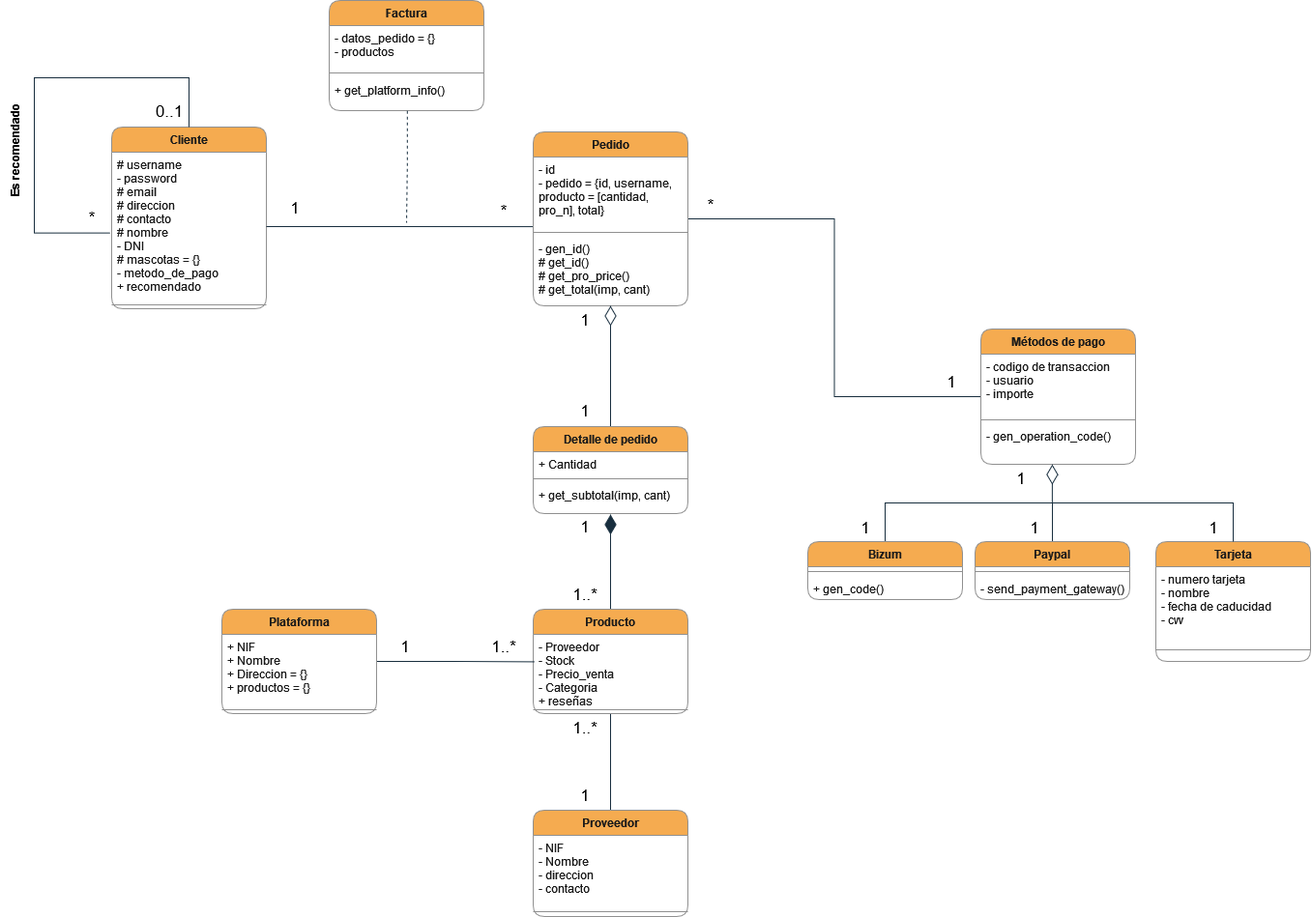
This is diagrama/diagrama.png from xio28/project_ecommerce, a draw.io export, as it was before one commit. Source tidied: cells renumbered, new cells last; positions are measured from the earlier drawing's top-left corner, leaving out a move shared by most shapes.
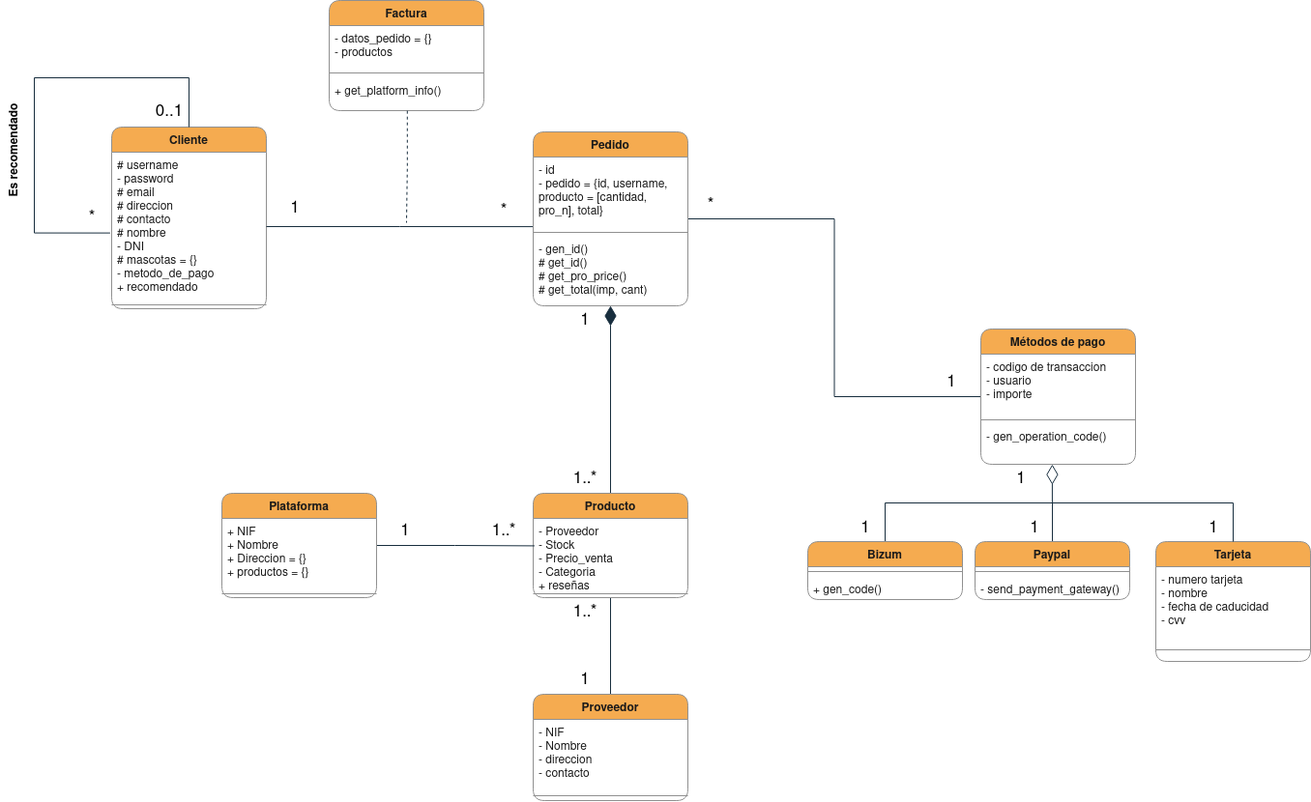
Later version of the same file.

What changed in the source:
```diff
@@ -6,7 +6,7 @@
       <mxGeometry relative="1" as="geometry" />
     </mxCell>
     <mxCell id="3" value="Proveedor" style="swimlane;fontStyle=1;align=center;verticalAlign=top;horizontal=1;startSize=26;rounded=1;fillColor=#F5AB50;strokeColor=#909090;fontColor=#1A1A1A;" parent="1" vertex="1">
-      <mxGeometry x="596" y="838" width="160" height="110" as="geometry" />
+      <mxGeometry x="596" y="718" width="160" height="110" as="geometry" />
     </mxCell>
     <mxCell id="4" value="- NIF&#10;- Nombre&#10;- direccion&#10;- contacto&#10;&#10;" style="text;strokeColor=none;fillColor=none;align=left;verticalAlign=top;spacingLeft=4;spacingRight=4;overflow=hidden;rounded=1;fontColor=#1A1A1A;" parent="3" vertex="1">
       <mxGeometry y="26" width="160" height="74" as="geometry" />
@@ -26,11 +26,11 @@
     <mxCell id="9" value="+ get_platform_info()&#10;" style="text;strokeColor=none;fillColor=none;align=left;verticalAlign=top;spacingLeft=4;spacingRight=4;overflow=hidden;points=[[0,0.5],[1,0.5]];portConstraint=eastwest;rounded=1;fontColor=#1A1A1A;" parent="6" vertex="1">
       <mxGeometry y="80" width="160" height="34" as="geometry" />
     </mxCell>
-    <mxCell id="10" style="edgeStyle=orthogonalEdgeStyle;rounded=0;sketch=0;jettySize=auto;html=1;exitX=0.5;exitY=0;exitDx=0;exitDy=0;entryX=0.5;entryY=1.029;entryDx=0;entryDy=0;entryPerimeter=0;fontColor=#1A1A1A;endArrow=diamondThin;endFill=1;strokeColor=#182E3E;endSize=18;startSize=14;" parent="1" edge="1" source="11" target="40">
+    <mxCell id="10" style="edgeStyle=orthogonalEdgeStyle;rounded=0;sketch=0;jettySize=auto;html=1;exitX=0.5;exitY=0;exitDx=0;exitDy=0;fontColor=#1A1A1A;endArrow=diamondThin;endFill=1;strokeColor=#182E3E;endSize=18;startSize=14;entryX=0.5;entryY=1;entryDx=0;entryDy=0;" parent="1" edge="1" source="11" target="31">
       <mxGeometry relative="1" as="geometry" />
     </mxCell>
     <mxCell id="11" value="Producto" style="swimlane;fontStyle=1;align=center;verticalAlign=top;horizontal=1;startSize=26;rounded=1;fillColor=#F5AB50;strokeColor=#909090;fontColor=#1A1A1A;" parent="1" vertex="1">
-      <mxGeometry x="596" y="630" width="160" height="108" as="geometry" />
+      <mxGeometry x="596" y="510" width="160" height="108" as="geometry" />
     </mxCell>
     <mxCell id="12" value="- Proveedor&#10;- Stock&#10;- Precio_venta&#10;- Categoria&#10;+ reseñas&#10;" style="text;strokeColor=none;fillColor=none;align=left;verticalAlign=top;spacingLeft=4;spacingRight=4;overflow=hidden;points=[[0,0.5],[1,0.5]];portConstraint=eastwest;rounded=1;fontColor=#1A1A1A;" parent="11" vertex="1">
       <mxGeometry y="26" width="160" height="74" as="geometry" />
@@ -45,7 +45,7 @@
       <mxGeometry relative="1" as="geometry" />
     </mxCell>
     <mxCell id="16" value="Plataforma" style="swimlane;fontStyle=1;align=center;verticalAlign=top;horizontal=1;startSize=26;rounded=1;fillColor=#F5AB50;strokeColor=#909090;fontColor=#1A1A1A;" parent="1" vertex="1">
-      <mxGeometry x="274" y="630" width="160" height="108" as="geometry" />
+      <mxGeometry x="274" y="510" width="160" height="108" as="geometry" />
     </mxCell>
     <mxCell id="17" value="+ NIF&#10;+ Nombre&#10;+ Direccion = {}&#10;+ productos = {}&#10;&#10;" style="text;strokeColor=none;fillColor=none;align=left;verticalAlign=top;spacingLeft=4;spacingRight=4;overflow=hidden;rounded=1;fontColor=#1A1A1A;" parent="16" vertex="1">
       <mxGeometry y="26" width="160" height="74" as="geometry" />
@@ -54,16 +54,16 @@
       <mxGeometry y="100" width="160" height="8" as="geometry" />
     </mxCell>
     <mxCell id="19" value="&lt;font style=&quot;font-size: 17px&quot;&gt;1..*&lt;/font&gt;" style="text;html=1;align=center;verticalAlign=middle;whiteSpace=wrap;rounded=0;sketch=0;shadow=0;glass=0;fillColor=none;strokeColor=none;gradientColor=#7ea6e0;" parent="1" vertex="1">
-      <mxGeometry x="536" y="654" width="60" height="30" as="geometry" />
+      <mxGeometry x="536" y="534" width="60" height="30" as="geometry" />
     </mxCell>
     <mxCell id="20" value="&lt;font style=&quot;font-size: 17px&quot;&gt;1&lt;/font&gt;" style="text;html=1;align=center;verticalAlign=middle;whiteSpace=wrap;rounded=0;sketch=0;shadow=0;glass=0;fillColor=none;strokeColor=none;gradientColor=#7ea6e0;" parent="1" vertex="1">
-      <mxGeometry x="434" y="654" width="60" height="30" as="geometry" />
+      <mxGeometry x="434" y="534" width="60" height="30" as="geometry" />
     </mxCell>
     <mxCell id="21" value="&lt;font style=&quot;font-size: 17px&quot;&gt;1&lt;/font&gt;" style="text;html=1;align=center;verticalAlign=middle;whiteSpace=wrap;rounded=0;sketch=0;shadow=0;glass=0;fillColor=none;strokeColor=none;gradientColor=#7ea6e0;" parent="1" vertex="1">
-      <mxGeometry x="620" y="808" width="60" height="30" as="geometry" />
+      <mxGeometry x="620" y="688" width="60" height="30" as="geometry" />
     </mxCell>
     <mxCell id="22" value="&lt;font style=&quot;font-size: 17px&quot;&gt;1..*&lt;/font&gt;" style="text;html=1;align=center;verticalAlign=middle;whiteSpace=wrap;rounded=0;sketch=0;shadow=0;glass=0;fillColor=none;strokeColor=none;gradientColor=#7ea6e0;" parent="1" vertex="1">
-      <mxGeometry x="620" y="738" width="60" height="30" as="geometry" />
+      <mxGeometry x="620" y="618" width="60" height="30" as="geometry" />
     </mxCell>
     <mxCell id="23" value="&lt;b&gt;Es recomendado&lt;br&gt;&lt;/b&gt;" style="text;html=1;align=center;verticalAlign=middle;whiteSpace=wrap;rounded=0;sketch=0;shadow=0;glass=0;fillColor=none;strokeColor=none;gradientColor=#7ea6e0;rotation=-90;" parent="1" vertex="1">
       <mxGeometry y="140" width="120" height="30" as="geometry" />
@@ -112,21 +112,6 @@
     <mxCell id="35" style="edgeStyle=orthogonalEdgeStyle;rounded=0;jettySize=auto;html=1;exitX=1;exitY=0.5;exitDx=0;exitDy=0;entryX=-0.003;entryY=0.974;entryDx=0;entryDy=0;entryPerimeter=0;endArrow=none;endFill=0;labelBackgroundColor=#EEEEEE;strokeColor=#182E3E;fontColor=#1A1A1A;" parent="1" edge="1" source="27" target="32">
       <mxGeometry relative="1" as="geometry" />
     </mxCell>
-    <mxCell id="36" style="endArrow=none;html=1;endSize=14;startArrow=diamondThin;startSize=18;startFill=0;edgeStyle=orthogonalEdgeStyle;align=left;verticalAlign=bottom;rounded=0;exitX=0.5;exitY=1;exitDx=0;exitDy=0;endFill=0;entryX=0.5;entryY=0;entryDx=0;entryDy=0;labelBackgroundColor=#EEEEEE;strokeColor=#182E3E;fontColor=#1A1A1A;" parent="1" edge="1" source="31" target="37">
-      <mxGeometry x="-1" y="3" relative="1" as="geometry" />
-    </mxCell>
-    <mxCell id="37" value="Detalle de pedido" style="swimlane;fontStyle=1;align=center;verticalAlign=top;horizontal=1;startSize=26;rounded=1;fillColor=#F5AB50;strokeColor=#909090;fontColor=#1A1A1A;" parent="1" vertex="1">
-      <mxGeometry x="596" y="441" width="160" height="90" as="geometry" />
-    </mxCell>
-    <mxCell id="38" value="+ Cantidad" style="text;strokeColor=none;fillColor=none;align=left;verticalAlign=top;spacingLeft=4;spacingRight=4;overflow=hidden;rounded=1;fontColor=#1A1A1A;" parent="37" vertex="1">
-      <mxGeometry y="26" width="160" height="24" as="geometry" />
-    </mxCell>
-    <mxCell id="39" style="line;strokeWidth=1;fillColor=none;align=left;verticalAlign=middle;spacingTop=-1;spacingLeft=3;spacingRight=3;labelPosition=right;rounded=1;labelBackgroundColor=#EEEEEE;strokeColor=#909090;fontColor=#1A1A1A;" parent="37" vertex="1">
-      <mxGeometry y="50" width="160" height="8" as="geometry" />
-    </mxCell>
-    <mxCell id="40" value="+ get_subtotal(imp, cant)" style="text;strokeColor=none;fillColor=none;align=left;verticalAlign=top;spacingLeft=4;spacingRight=4;overflow=hidden;points=[[0,0.5],[1,0.5]];portConstraint=eastwest;rounded=1;fontColor=#1A1A1A;" parent="37" vertex="1">
-      <mxGeometry y="58" width="160" height="32" as="geometry" />
-    </mxCell>
     <mxCell id="41" value="&lt;font style=&quot;font-size: 17px&quot;&gt;*&lt;/font&gt;" style="text;html=1;align=center;verticalAlign=middle;whiteSpace=wrap;rounded=0;sketch=0;shadow=0;glass=0;fillColor=none;strokeColor=none;gradientColor=#7ea6e0;" parent="1" vertex="1">
       <mxGeometry x="536" y="203" width="60" height="30" as="geometry" />
     </mxCell>
@@ -215,14 +200,8 @@
     <mxCell id="66" value="&lt;font style=&quot;font-size: 17px&quot;&gt;1&lt;/font&gt;" style="text;html=1;align=center;verticalAlign=middle;whiteSpace=wrap;rounded=0;sketch=0;shadow=0;glass=0;fillColor=none;strokeColor=none;gradientColor=#7ea6e0;" parent="1" vertex="1">
       <mxGeometry x="620" y="316" width="60" height="30" as="geometry" />
     </mxCell>
-    <mxCell id="67" value="&lt;font style=&quot;font-size: 17px&quot;&gt;1&lt;/font&gt;" style="text;html=1;align=center;verticalAlign=middle;whiteSpace=wrap;rounded=0;sketch=0;shadow=0;glass=0;fillColor=none;strokeColor=none;gradientColor=#7ea6e0;" parent="1" vertex="1">
-      <mxGeometry x="620" y="410" width="60" height="30" as="geometry" />
-    </mxCell>
-    <mxCell id="68" value="&lt;font style=&quot;font-size: 17px&quot;&gt;1&lt;/font&gt;" style="text;html=1;align=center;verticalAlign=middle;whiteSpace=wrap;rounded=0;sketch=0;shadow=0;glass=0;fillColor=none;strokeColor=none;gradientColor=#7ea6e0;" parent="1" vertex="1">
-      <mxGeometry x="620" y="530" width="60" height="30" as="geometry" />
-    </mxCell>
     <mxCell id="69" value="&lt;font style=&quot;font-size: 17px&quot;&gt;1..*&lt;/font&gt;" style="text;html=1;align=center;verticalAlign=middle;whiteSpace=wrap;rounded=0;sketch=0;shadow=0;glass=0;fillColor=none;strokeColor=none;gradientColor=#7ea6e0;" parent="1" vertex="1">
-      <mxGeometry x="620" y="600" width="60" height="30" as="geometry" />
+      <mxGeometry x="620" y="480" width="60" height="30" as="geometry" />
     </mxCell>
   </root>
 </mxGraphModel>
```
